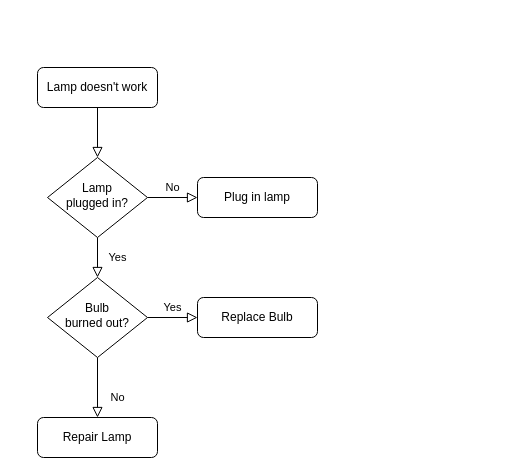
Above: Untitled Diagram.drawio in sip357/Music-Store (draw.io), before the change. Source tidied: cells renumbered, new cells numbered last; positions are measured from the earlier drawing's top-left corner, leaving out a move shared by most shapes. Both pictures are drawn from the tidied source at 100%, with x=0, y=0 at pixel (37, 67).
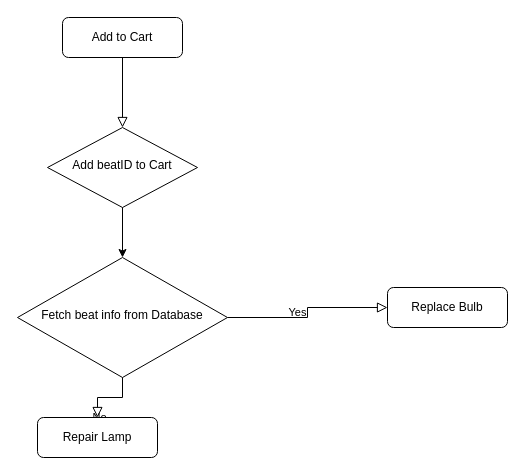
After the change.

Diff of the diagram source:
```diff
@@
 <mxGraphModel>
   <root>
     <mxCell id="0" />
     <mxCell id="1" parent="0" />
     <mxCell id="2" style="rounded=0;html=1;jettySize=auto;fontSize=11;endArrow=block;endFill=0;endSize=8;strokeWidth=1;shadow=0;labelBackgroundColor=none;edgeStyle=orthogonalEdgeStyle;" parent="1" edge="1" source="3" target="6">
       <mxGeometry relative="1" as="geometry" />
     </mxCell>
-    <mxCell id="3" value="Lamp doesn't work" style="rounded=1;whiteSpace=wrap;html=1;fontSize=12;glass=0;strokeWidth=1;shadow=0;" parent="1" vertex="1">
-      <mxGeometry width="120" height="40" as="geometry" />
+    <mxCell id="3" value="Add to Cart" style="rounded=1;whiteSpace=wrap;html=1;fontSize=12;glass=0;strokeWidth=1;shadow=0;" parent="1" vertex="1">
+      <mxGeometry x="25" y="-50" width="120" height="40" as="geometry" />
     </mxCell>
-    <mxCell id="4" value="Yes" style="rounded=0;html=1;jettySize=auto;fontSize=11;endArrow=block;endFill=0;endSize=8;strokeWidth=1;shadow=0;labelBackgroundColor=none;edgeStyle=orthogonalEdgeStyle;" parent="1" edge="1" source="6" target="10">
-      <mxGeometry y="20" relative="1" as="geometry" />
-    </mxCell>
-    <mxCell id="5" value="No" style="edgeStyle=orthogonalEdgeStyle;rounded=0;html=1;jettySize=auto;fontSize=11;endArrow=block;endFill=0;endSize=8;strokeWidth=1;shadow=0;labelBackgroundColor=none;" parent="1" edge="1" source="6" target="7">
-      <mxGeometry y="10" relative="1" as="geometry" />
-    </mxCell>
-    <mxCell id="6" value="Lamp&lt;br&gt;plugged in?" style="rhombus;whiteSpace=wrap;html=1;shadow=0;fontFamily=Helvetica;fontSize=12;align=center;strokeWidth=1;spacing=6;spacingTop=-4;" parent="1" vertex="1">
-      <mxGeometry x="10" y="90" width="100" height="80" as="geometry" />
+    <mxCell id="6" value="Add beatID to Cart" style="rhombus;whiteSpace=wrap;html=1;shadow=0;fontFamily=Helvetica;fontSize=12;align=center;strokeWidth=1;spacing=6;spacingTop=-4;" parent="1" vertex="1">
+      <mxGeometry x="10" y="60" width="150" height="80" as="geometry" />
     </mxCell>
-    <mxCell id="7" value="Plug in lamp" style="rounded=1;whiteSpace=wrap;html=1;fontSize=12;glass=0;strokeWidth=1;shadow=0;" parent="1" vertex="1">
-      <mxGeometry x="160" y="110" width="120" height="40" as="geometry" />
-    </mxCell>
     <mxCell id="8" value="No" style="rounded=0;html=1;jettySize=auto;fontSize=11;endArrow=block;endFill=0;endSize=8;strokeWidth=1;shadow=0;labelBackgroundColor=none;edgeStyle=orthogonalEdgeStyle;" parent="1" edge="1" source="10" target="11">
       <mxGeometry x="0.33" y="20" relative="1" as="geometry" />
     </mxCell>
     <mxCell id="9" value="Yes" style="edgeStyle=orthogonalEdgeStyle;rounded=0;html=1;jettySize=auto;fontSize=11;endArrow=block;endFill=0;endSize=8;strokeWidth=1;shadow=0;labelBackgroundColor=none;" parent="1" edge="1" source="10" target="12">
       <mxGeometry y="10" relative="1" as="geometry" />
     </mxCell>
+    <mxCell id="13" style="edgeStyle=none;rounded=0;jettySize=auto;html=1;exitX=0.5;exitY=1;exitDx=0;exitDy=0;" parent="1" edge="1" source="10">
+      <mxGeometry relative="1" as="geometry">
+        <mxPoint x="85" y="280" as="targetPoint" />
+      </mxGeometry>
+    </mxCell>
-    <mxCell id="10" value="Bulb&lt;br&gt;burned out?" style="rhombus;whiteSpace=wrap;html=1;shadow=0;fontFamily=Helvetica;fontSize=12;align=center;strokeWidth=1;spacing=6;spacingTop=-4;" parent="1" vertex="1">
-      <mxGeometry x="10" y="210" width="100" height="80" as="geometry" />
+    <mxCell id="10" value="Fetch beat info from Database" style="rhombus;whiteSpace=wrap;html=1;shadow=0;fontFamily=Helvetica;fontSize=12;align=center;strokeWidth=1;spacing=6;spacingTop=-4;" parent="1" vertex="1">
+      <mxGeometry x="-20" y="190" width="210" height="120" as="geometry" />
     </mxCell>
     <mxCell id="11" value="Repair Lamp" style="rounded=1;whiteSpace=wrap;html=1;fontSize=12;glass=0;strokeWidth=1;shadow=0;" parent="1" vertex="1">
       <mxGeometry y="350" width="120" height="40" as="geometry" />
     </mxCell>
     <mxCell id="12" value="Replace Bulb" style="rounded=1;whiteSpace=wrap;html=1;fontSize=12;glass=0;strokeWidth=1;shadow=0;" parent="1" vertex="1">
-      <mxGeometry x="160" y="230" width="120" height="40" as="geometry" />
+      <mxGeometry x="350" y="220" width="120" height="40" as="geometry" />
     </mxCell>
+    <mxCell id="4" style="endArrow=classic;html=1;rounded=0;exitX=0.5;exitY=1;exitDx=0;exitDy=0;entryX=0.5;entryY=0;entryDx=0;entryDy=0;" parent="1" edge="1" source="6" target="10">
+      <mxGeometry relative="1" as="geometry" />
+    </mxCell>
   </root>
 </mxGraphModel>
```
